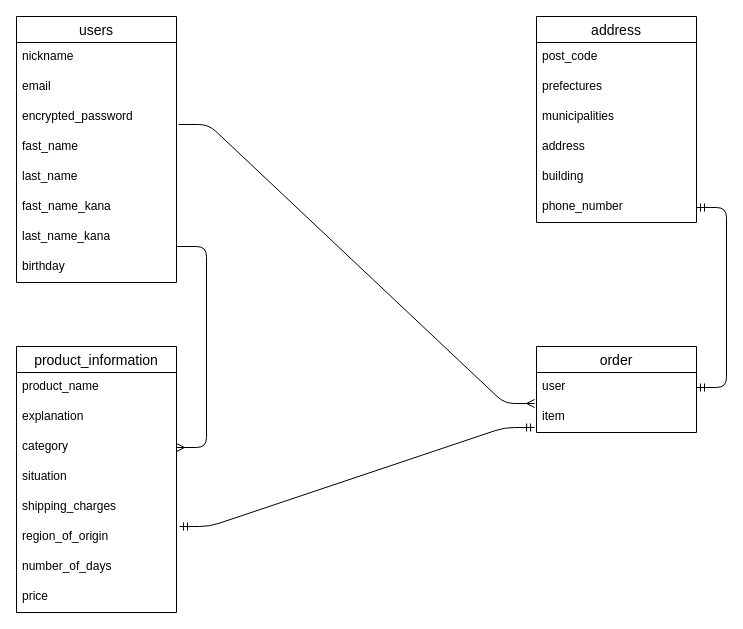
The draw.io diagram furima.dio in satsukirain/furima-38697, before the edit. Source tidied: cells renumbered, new cells numbered last; positions are measured from the earlier drawing's top-left corner, leaving out a move shared by most shapes. Both pictures are drawn from the tidied source at 100%, with x=0, y=0 at pixel (16, 16).
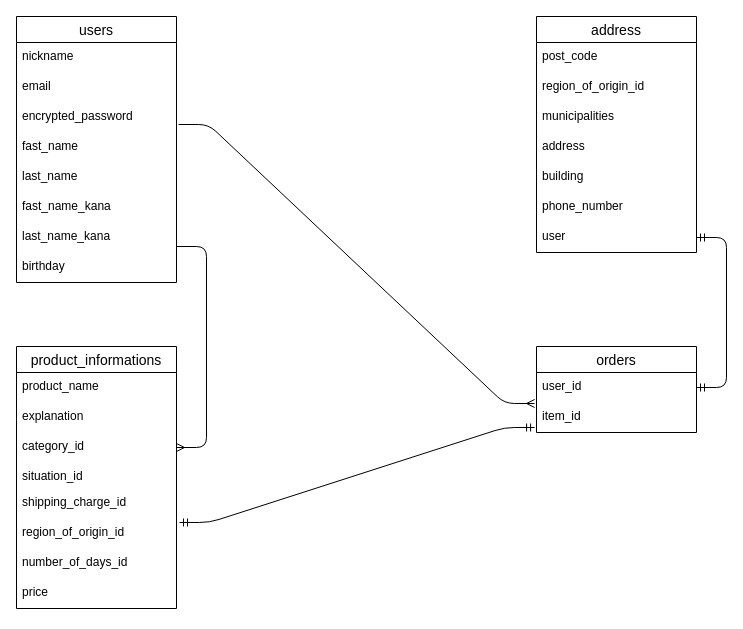
After the change.

What changed in the source:
```diff
@@
     <mxCell id="2" value="address" style="swimlane;fontStyle=0;horizontal=1;startSize=26;align=center;fontSize=14;" parent="1" vertex="1">
-      <mxGeometry x="520" width="160" height="206" as="geometry" />
+      <mxGeometry x="520" width="160" height="236" as="geometry" />
     </mxCell>
@@
-    <mxCell id="4" value="prefectures" style="text;strokeColor=none;fillColor=none;spacingLeft=4;spacingRight=4;overflow=hidden;fontSize=12;" parent="2" vertex="1">
+    <mxCell id="4" value="region_of_origin_id" style="text;strokeColor=none;fillColor=none;spacingLeft=4;spacingRight=4;overflow=hidden;fontSize=12;" parent="2" vertex="1">
       <mxGeometry y="56" width="160" height="30" as="geometry" />
     </mxCell>
@@
+    <mxCell id="34" value="phone_number" style="text;strokeColor=none;fillColor=none;spacingLeft=4;spacingRight=4;overflow=hidden;fontSize=12;" parent="2" vertex="1">
+      <mxGeometry y="176" width="160" height="30" as="geometry" />
+    </mxCell>
-    <mxCell id="8" value="phone_number" style="text;strokeColor=none;fillColor=none;spacingLeft=4;spacingRight=4;overflow=hidden;points=[[0,0.5],[1,0.5]];portConstraint=eastwest;fontSize=12;" parent="2" vertex="1">
-      <mxGeometry y="176" width="160" height="30" as="geometry" />
+    <mxCell id="8" value="user" style="text;strokeColor=none;fillColor=none;spacingLeft=4;spacingRight=4;overflow=hidden;points=[[0,0.5],[1,0.5]];portConstraint=eastwest;fontSize=12;" parent="2" vertex="1">
+      <mxGeometry y="206" width="160" height="30" as="geometry" />
     </mxCell>
-    <mxCell id="9" value="product_information" style="swimlane;fontStyle=0;horizontal=1;startSize=26;align=center;fontSize=14;" parent="1" vertex="1">
-      <mxGeometry y="330" width="160" height="266" as="geometry" />
+    <mxCell id="9" value="product_informations" style="swimlane;fontStyle=0;horizontal=1;startSize=26;align=center;fontSize=14;" parent="1" vertex="1">
+      <mxGeometry y="330" width="160" height="262" as="geometry" />
     </mxCell>
@@
-    <mxCell id="12" value="category" style="text;strokeColor=none;fillColor=none;spacingLeft=4;spacingRight=4;overflow=hidden;points=[[0,0.5],[1,0.5]];portConstraint=eastwest;fontSize=12;" parent="9" vertex="1">
+    <mxCell id="12" value="category_id" style="text;strokeColor=none;fillColor=none;spacingLeft=4;spacingRight=4;overflow=hidden;points=[[0,0.5],[1,0.5]];portConstraint=eastwest;fontSize=12;" parent="9" vertex="1">
       <mxGeometry y="86" width="160" height="30" as="geometry" />
     </mxCell>
-    <mxCell id="13" value="situation" style="text;strokeColor=none;fillColor=none;spacingLeft=4;spacingRight=4;overflow=hidden;fontSize=12;" parent="9" vertex="1">
-      <mxGeometry y="116" width="160" height="30" as="geometry" />
+    <mxCell id="13" value="situation_id" style="text;strokeColor=none;fillColor=none;spacingLeft=4;spacingRight=4;overflow=hidden;fontSize=12;" parent="9" vertex="1">
+      <mxGeometry y="116" width="160" height="26" as="geometry" />
     </mxCell>
-    <mxCell id="14" value="shipping_charges" style="text;strokeColor=none;fillColor=none;spacingLeft=4;spacingRight=4;overflow=hidden;fontSize=12;" parent="9" vertex="1">
-      <mxGeometry y="146" width="160" height="30" as="geometry" />
+    <mxCell id="14" value="shipping_charge_id" style="text;strokeColor=none;fillColor=none;spacingLeft=4;spacingRight=4;overflow=hidden;fontSize=12;" parent="9" vertex="1">
+      <mxGeometry y="142" width="160" height="30" as="geometry" />
     </mxCell>
-    <mxCell id="15" value="region_of_origin" style="text;strokeColor=none;fillColor=none;spacingLeft=4;spacingRight=4;overflow=hidden;points=[[0,0.5],[1,0.5]];portConstraint=eastwest;fontSize=12;" parent="9" vertex="1">
-      <mxGeometry y="176" width="160" height="30" as="geometry" />
+    <mxCell id="15" value="region_of_origin_id" style="text;strokeColor=none;fillColor=none;spacingLeft=4;spacingRight=4;overflow=hidden;points=[[0,0.5],[1,0.5]];portConstraint=eastwest;fontSize=12;" parent="9" vertex="1">
+      <mxGeometry y="172" width="160" height="30" as="geometry" />
     </mxCell>
-    <mxCell id="16" value="number_of_days" style="text;strokeColor=none;fillColor=none;spacingLeft=4;spacingRight=4;overflow=hidden;fontSize=12;" parent="9" vertex="1">
-      <mxGeometry y="206" width="160" height="30" as="geometry" />
+    <mxCell id="16" value="number_of_days_id" style="text;strokeColor=none;fillColor=none;spacingLeft=4;spacingRight=4;overflow=hidden;fontSize=12;" parent="9" vertex="1">
+      <mxGeometry y="202" width="160" height="30" as="geometry" />
     </mxCell>
     <mxCell id="17" value="price" style="text;strokeColor=none;fillColor=none;spacingLeft=4;spacingRight=4;overflow=hidden;fontSize=12;" parent="9" vertex="1">
-      <mxGeometry y="236" width="160" height="30" as="geometry" />
+      <mxGeometry y="232" width="160" height="30" as="geometry" />
     </mxCell>
@@
-    <mxCell id="27" value="order" style="swimlane;fontStyle=0;horizontal=1;startSize=26;align=center;fontSize=14;" parent="1" vertex="1">
+    <mxCell id="27" value="orders" style="swimlane;fontStyle=0;horizontal=1;startSize=26;align=center;fontSize=14;" parent="1" vertex="1">
       <mxGeometry x="520" y="330" width="160" height="86" as="geometry" />
     </mxCell>
-    <mxCell id="28" value="user" style="text;strokeColor=none;fillColor=none;spacingLeft=4;spacingRight=4;overflow=hidden;points=[[0,0.5],[1,0.5]];portConstraint=eastwest;fontSize=12;" parent="27" vertex="1">
+    <mxCell id="28" value="user_id" style="text;strokeColor=none;fillColor=none;spacingLeft=4;spacingRight=4;overflow=hidden;points=[[0,0.5],[1,0.5]];portConstraint=eastwest;fontSize=12;" parent="27" vertex="1">
       <mxGeometry y="26" width="160" height="30" as="geometry" />
     </mxCell>
-    <mxCell id="29" value="item" style="text;strokeColor=none;fillColor=none;spacingLeft=4;spacingRight=4;overflow=hidden;points=[[0,0.5],[1,0.5]];portConstraint=eastwest;fontSize=12;" parent="27" vertex="1">
+    <mxCell id="29" value="item_id" style="text;strokeColor=none;fillColor=none;spacingLeft=4;spacingRight=4;overflow=hidden;points=[[0,0.5],[1,0.5]];portConstraint=eastwest;fontSize=12;" parent="27" vertex="1">
       <mxGeometry y="56" width="160" height="30" as="geometry" />
     </mxCell>
```
